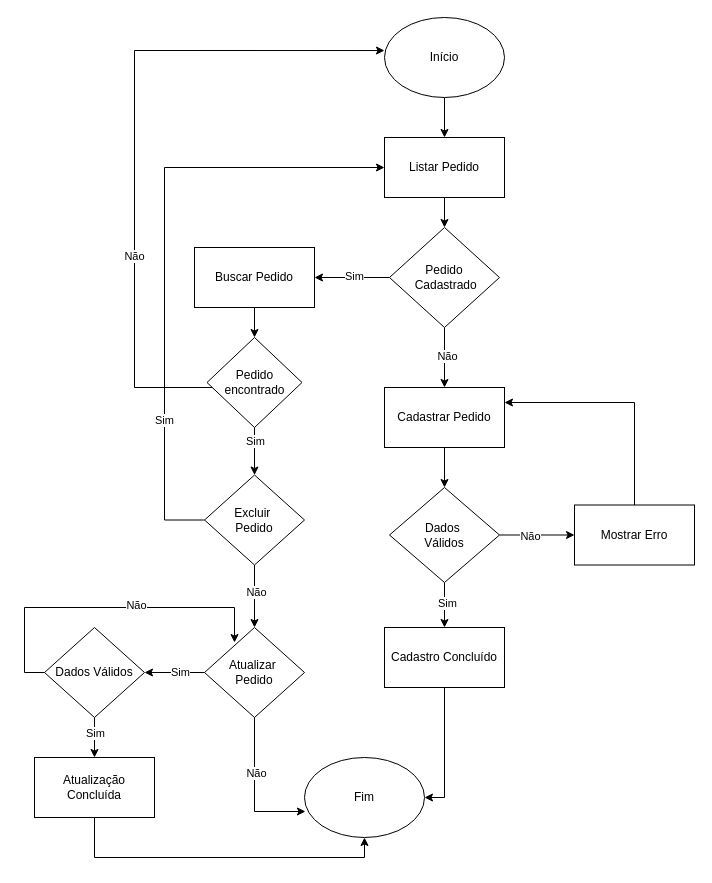
Earlier version of the draw.io diagram page "Página-6" (4 of 9) of DOC/fluxograma.drawio (rafaelareisilva/avatar.app). Source tidied: cells renumbered, new cells numbered last; positions are measured from the earlier drawing's top-left corner, leaving out a move shared by most shapes. Both pictures are drawn from the tidied source at 100%, with x=0, y=0 at pixel (24, 17).
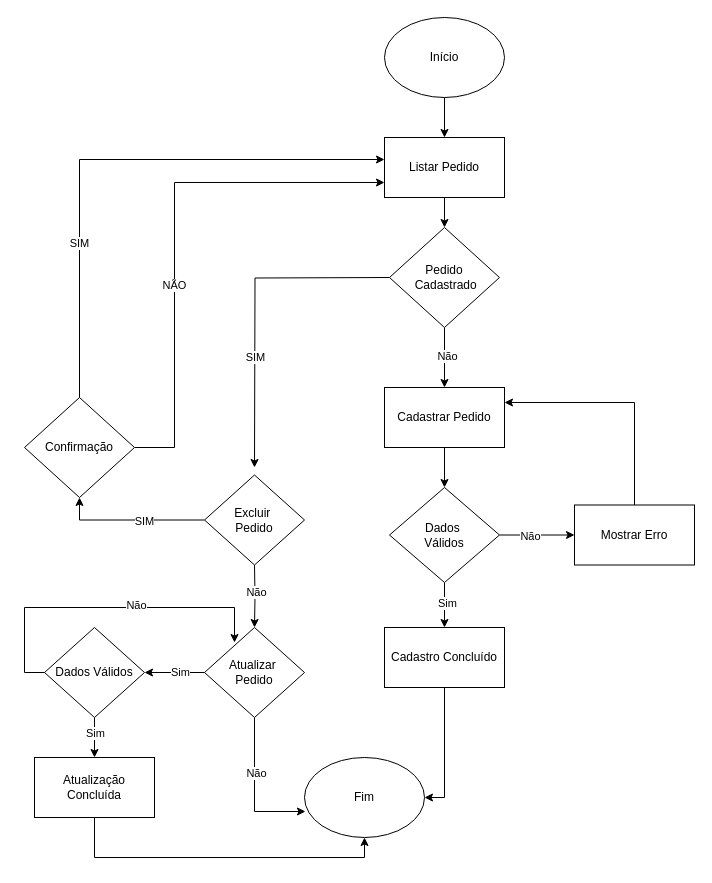
Above is the later version.

Unchanged cells that the change refers to:
```xml
<mxCell id="3" value="Início" style="ellipse;whiteSpace=wrap;html=1;" parent="1" vertex="1">
  <mxGeometry x="360" width="120" height="80" as="geometry" />
</mxCell>
<mxCell id="5" value="Listar Pedido" style="whiteSpace=wrap;html=1;" parent="1" vertex="1">
  <mxGeometry x="360" y="120" width="120" height="60" as="geometry" />
</mxCell>
<mxCell id="10" value="Pedido&lt;div&gt;&amp;nbsp;Cadastrado&lt;/div&gt;" style="rhombus;whiteSpace=wrap;html=1;" parent="1" vertex="1">
  <mxGeometry x="365" y="210" width="110" height="100" as="geometry" />
</mxCell>
<mxCell id="31" value="Atualizar&amp;nbsp;&lt;div&gt;Pedido&lt;br&gt;&lt;/div&gt;" style="rhombus;whiteSpace=wrap;html=1;" parent="1" vertex="1">
  <mxGeometry x="180" y="610" width="100" height="90" as="geometry" />
</mxCell>
```

Change to the diagram source:
```diff
@@
-    <mxCell id="8" style="edgeStyle=orthogonalEdgeStyle;rounded=0;jettySize=auto;html=1;" parent="1" edge="1" source="10" target="23">
-      <mxGeometry relative="1" as="geometry" />
-    </mxCell>
-    <mxCell id="9" value="Sim" style="edgeLabel;html=1;align=center;verticalAlign=middle;" parent="8" vertex="1">
-      <mxGeometry x="-0.04" y="-2" relative="1" as="geometry" />
-    </mxCell>
@@
-    <mxCell id="22" style="edgeStyle=orthogonalEdgeStyle;rounded=0;jettySize=auto;html=1;" parent="1" edge="1" source="23" target="37">
-      <mxGeometry relative="1" as="geometry" />
-    </mxCell>
-    <mxCell id="23" value="Buscar Pedido" style="whiteSpace=wrap;html=1;" parent="1" vertex="1">
-      <mxGeometry x="170" y="230" width="120" height="60" as="geometry" />
-    </mxCell>
-    <mxCell id="24" style="edgeStyle=orthogonalEdgeStyle;rounded=0;jettySize=auto;html=1;" parent="1" edge="1" source="28" target="31">
-      <mxGeometry relative="1" as="geometry" />
+    <mxCell id="24" style="edgeStyle=orthogonalEdgeStyle;rounded=0;jettySize=auto;html=1;" parent="1" edge="1" target="31">
+      <mxGeometry relative="1" as="geometry">
+        <mxPoint x="230" y="547.5" as="sourcePoint" />
+      </mxGeometry>
     </mxCell>
@@
-    <mxCell id="26" style="edgeStyle=orthogonalEdgeStyle;rounded=0;jettySize=auto;html=1;entryX=0;entryY=0.5;entryDx=0;entryDy=0;" parent="1" edge="1" source="28" target="5">
-      <mxGeometry relative="1" as="geometry">
-        <Array as="points">
-          <mxPoint x="140" y="503" />
-          <mxPoint x="140" y="150" />
-        </Array>
-      </mxGeometry>
-    </mxCell>
-    <mxCell id="27" value="Sim" style="edgeLabel;html=1;align=center;verticalAlign=middle;" parent="26" vertex="1">
-      <mxGeometry x="-0.54" y="1" relative="1" as="geometry">
-        <mxPoint y="1" as="offset" />
-      </mxGeometry>
-    </mxCell>
-    <mxCell id="28" value="Excluir&amp;nbsp;&lt;div&gt;Pedido&lt;br&gt;&lt;/div&gt;" style="rhombus;whiteSpace=wrap;html=1;" parent="1" vertex="1">
-      <mxGeometry x="180" y="457.5" width="100" height="90" as="geometry" />
-    </mxCell>
@@
-    <mxCell id="35" style="edgeStyle=orthogonalEdgeStyle;rounded=0;jettySize=auto;html=1;" parent="1" edge="1" source="37" target="28">
-      <mxGeometry relative="1" as="geometry" />
-    </mxCell>
-    <mxCell id="36" value="Sim" style="edgeLabel;html=1;align=center;verticalAlign=middle;" parent="35" vertex="1">
-      <mxGeometry x="-0.44" relative="1" as="geometry" />
-    </mxCell>
-    <mxCell id="37" value="&lt;div&gt;Pedido&lt;br&gt;&lt;/div&gt;&lt;div&gt;encontrado&lt;/div&gt;" style="rhombus;whiteSpace=wrap;html=1;" parent="1" vertex="1">
-      <mxGeometry x="182.5" y="320" width="95" height="90" as="geometry" />
-    </mxCell>
-    <mxCell id="38" style="edgeStyle=orthogonalEdgeStyle;rounded=0;jettySize=auto;html=1;entryX=0;entryY=0.413;entryDx=0;entryDy=0;entryPerimeter=0;" parent="1" edge="1" source="37" target="3">
-      <mxGeometry relative="1" as="geometry">
-        <Array as="points">
-          <mxPoint x="110" y="370" />
-          <mxPoint x="110" y="33" />
-        </Array>
-      </mxGeometry>
-    </mxCell>
-    <mxCell id="39" value="Não" style="edgeLabel;html=1;align=center;verticalAlign=middle;" parent="38" vertex="1">
-      <mxGeometry x="-0.37" y="1" relative="1" as="geometry" />
-    </mxCell>
@@
+    <mxCell id="47" style="edgeStyle=orthogonalEdgeStyle;rounded=0;orthogonalLoop=1;jettySize=auto;html=1;" parent="1" edge="1">
+      <mxGeometry relative="1" as="geometry">
+        <mxPoint x="365" y="260" as="sourcePoint" />
+        <mxPoint x="230" y="450" as="targetPoint" />
+      </mxGeometry>
+    </mxCell>
+    <mxCell id="48" value="SIM" style="edgeLabel;html=1;align=center;verticalAlign=middle;" parent="47" vertex="1">
+      <mxGeometry x="0.32" relative="1" as="geometry" />
+    </mxCell>
+    <mxCell id="49" style="edgeStyle=orthogonalEdgeStyle;rounded=0;jettySize=auto;html=1;entryX=0.5;entryY=1;entryDx=0;entryDy=0;" parent="1" edge="1" source="28" target="53">
+      <mxGeometry relative="1" as="geometry" />
+    </mxCell>
+    <mxCell id="50" value="SIM" style="edgeLabel;html=1;align=center;verticalAlign=middle;" parent="49" vertex="1">
+      <mxGeometry x="-0.17" y="1" relative="1" as="geometry" />
+    </mxCell>
+    <mxCell id="28" value="Excluir&amp;nbsp;&lt;div&gt;Pedido&lt;/div&gt;" style="rhombus;whiteSpace=wrap;html=1;" parent="1" vertex="1">
+      <mxGeometry x="180" y="457.5" width="100" height="90" as="geometry" />
+    </mxCell>
+    <mxCell id="51" style="edgeStyle=orthogonalEdgeStyle;rounded=0;jettySize=auto;html=1;entryX=0;entryY=0.75;entryDx=0;entryDy=0;" parent="1" edge="1" source="53">
+      <mxGeometry relative="1" as="geometry">
+        <mxPoint x="360" y="165" as="targetPoint" />
+        <Array as="points">
+          <mxPoint x="150" y="430" />
+          <mxPoint x="150" y="165" />
+        </Array>
+      </mxGeometry>
+    </mxCell>
+    <mxCell id="52" value="NÃO" style="edgeLabel;html=1;align=center;verticalAlign=middle;" parent="51" vertex="1">
+      <mxGeometry x="-0.21" y="1" relative="1" as="geometry" />
+    </mxCell>
+    <mxCell id="53" value="Confirmação" style="rhombus;whiteSpace=wrap;html=1;" parent="1" vertex="1">
+      <mxGeometry y="380" width="110" height="100" as="geometry" />
+    </mxCell>
+    <mxCell id="54" style="edgeStyle=orthogonalEdgeStyle;rounded=0;jettySize=auto;html=1;entryX=0;entryY=0.367;entryDx=0;entryDy=0;entryPerimeter=0;" parent="1" edge="1" source="53">
+      <mxGeometry relative="1" as="geometry">
+        <mxPoint x="360" y="142" as="targetPoint" />
+        <Array as="points">
+          <mxPoint x="55" y="142" />
+        </Array>
+      </mxGeometry>
+    </mxCell>
+    <mxCell id="55" value="SIM" style="edgeLabel;html=1;align=center;verticalAlign=middle;" parent="54" vertex="1">
+      <mxGeometry x="-0.43" y="1" relative="1" as="geometry" />
+    </mxCell>
```
